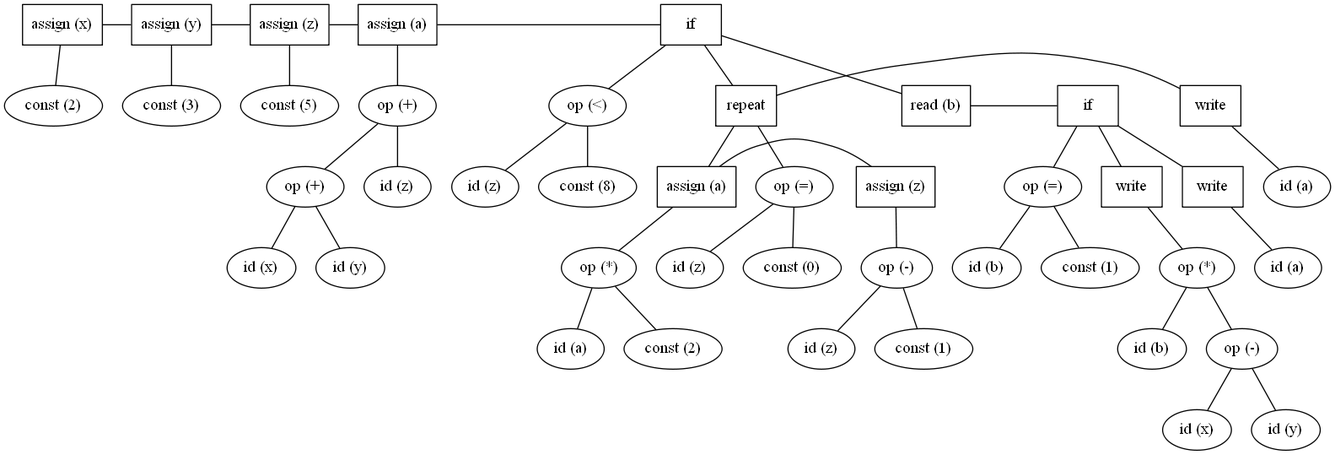
The Graphviz diagram tree.gv.png in Abdullah-A-Elsayed/TinyParser, before a commit. Its source is kept beside it as tree.gv.
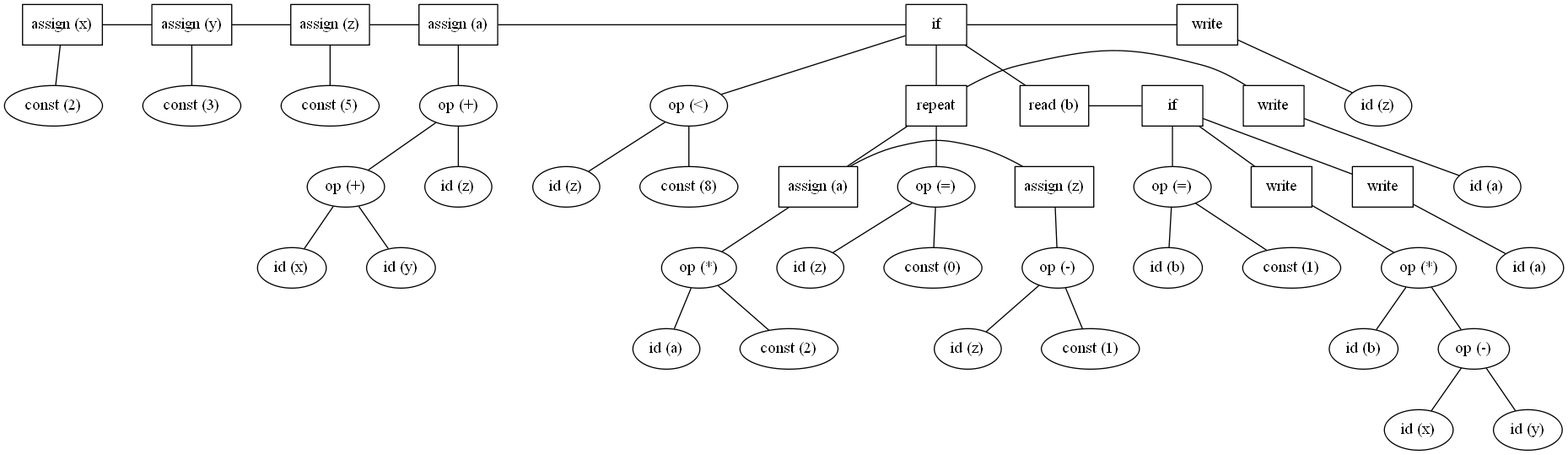
After the change.

What changed in the source:
```diff
@@ -1,5 +1,6 @@
 graph tree {
 	ordering=out
+	nodesep="0.5;"
 	{
 		rank=same
 		0 [label="assign (x)" shape=rectangle]
@@ -7,6 +8,7 @@
 		4 [label="assign (z)" shape=rectangle]
 		6 [label="assign (a)" shape=rectangle]
 		12 [label=if shape=rectangle]
+		43 [label=write shape=rectangle]
 	}
 	{
 		rank=same
@@ -19,6 +21,7 @@
 		28 [label=write shape=rectangle]
 		30 [label="read (b)" shape=rectangle]
 		31 [label=if shape=rectangle]
+		44 [label="id (z)" shape=""]
 	}
 	{
 		rank=same
@@ -103,4 +106,6 @@
 	39 -- 40
 	31 -- 41
 	41 -- 42
+	12 -- 43
+	43 -- 44
 }
```
